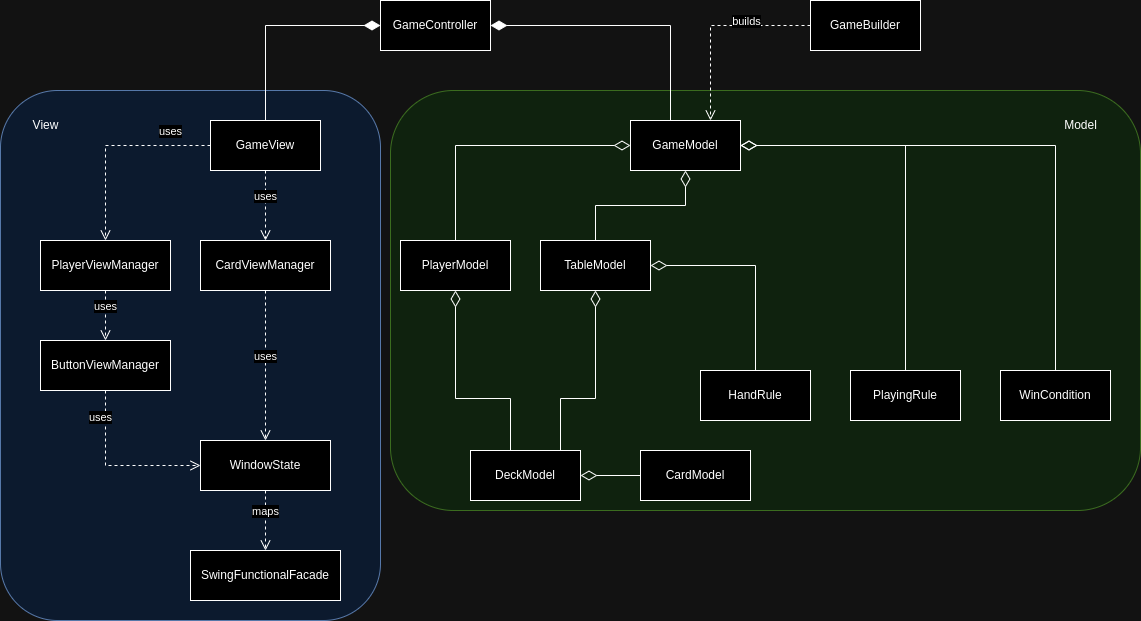
Oldranda1414/PPS-23-CGE keeps this draw.io diagram as docs/uml/engine.png. Above is the earlier version. Source tidied: cells renumbered, new cells last; positions are measured from the earlier drawing's top-left corner, leaving out a move shared by most shapes.
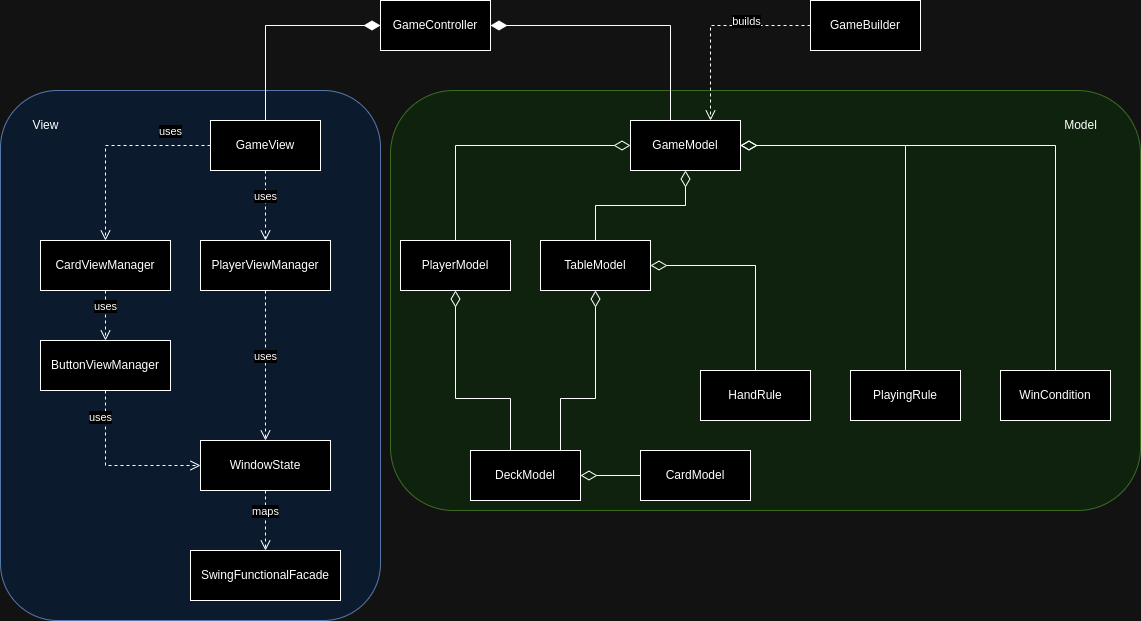
Above is the later version.

Change to the diagram source:
```diff
@@ -102,10 +102,10 @@
     <mxCell id="24" value="uses" style="html=1;verticalAlign=bottom;endArrow=open;dashed=1;endSize=8;rounded=0;edgeStyle=orthogonalEdgeStyle;" parent="1" edge="1" source="5" target="26">
       <mxGeometry relative="1" as="geometry" />
     </mxCell>
-    <mxCell id="25" value="PlayerViewManager" style="html=1;whiteSpace=wrap;" parent="1" vertex="1">
+    <mxCell id="25" value="CardViewManager" style="html=1;whiteSpace=wrap;" parent="1" vertex="1">
       <mxGeometry x="40" y="240" width="130" height="50" as="geometry" />
     </mxCell>
-    <mxCell id="26" value="CardViewManager" style="html=1;whiteSpace=wrap;" parent="1" vertex="1">
+    <mxCell id="26" value="PlayerViewManager" style="html=1;whiteSpace=wrap;" parent="1" vertex="1">
       <mxGeometry x="200" y="240" width="130" height="50" as="geometry" />
     </mxCell>
     <mxCell id="27" value="ButtonViewManager" style="html=1;whiteSpace=wrap;" parent="1" vertex="1">
```
